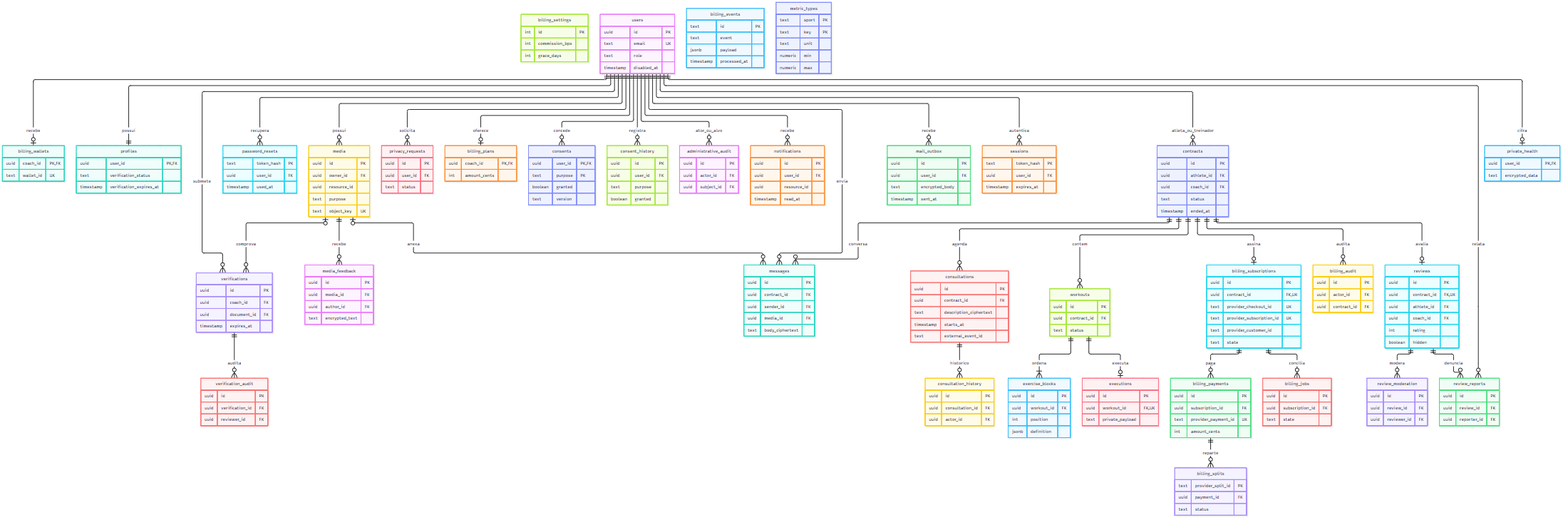
The Mermaid diagram docs/evolucao/diagramas/der.png in DaviSouza78/LinkAtletas, before a commit. Its source is kept beside it as docs/evolucao/diagramas/der.mmd. Its diagram source:
```mermaid
erDiagram
  users ||--|| profiles : possui
  users ||--o{ sessions : autentica
  users ||--o{ password_resets : recupera
  users ||--o{ mail_outbox : recebe
  users ||--o{ verifications : submete
  verifications ||--o{ verification_audit : audita
  media o|--o{ verifications : comprova
  users ||--o{ contracts : atleta_ou_treinador
  contracts ||--o{ workouts : contem
  workouts ||--|{ exercise_blocks : ordena
  workouts ||--o| executions : executa
  users ||--o{ media : possui
  media ||--o{ media_feedback : recebe
  contracts ||--o{ messages : conversa
  users ||--o{ messages : envia
  media o|--o{ messages : anexa
  users ||--o{ notifications : recebe
  contracts ||--o| reviews : avalia
  reviews ||--o{ review_reports : denuncia
  reviews ||--o{ review_moderation : modera
  users ||--o{ review_reports : relata
  contracts ||--o{ consultations : agenda
  consultations ||--o{ consultation_history : historico
  users ||--o{ consents : concede
  users ||--o{ consent_history : registra
  users ||--o| private_health : cifra
  users ||--o{ privacy_requests : solicita
  users ||--o{ administrative_audit : ator_ou_alvo
  users ||--o| billing_wallets : recebe
  users ||--o| billing_plans : oferece
  contracts ||--o| billing_subscriptions : assina
  billing_subscriptions ||--o{ billing_payments : paga
  billing_payments ||--o{ billing_splits : reparte
  billing_subscriptions ||--o{ billing_jobs : concilia
  contracts ||--o{ billing_audit : audita
  users {
    uuid id PK
    text email UK
    text role
    timestamp disabled_at
  }
  profiles {
    uuid user_id PK,FK
    text verification_status
    timestamp verification_expires_at
  }
  sessions {
    text token_hash PK
    uuid user_id FK
    timestamp expires_at
  }
  password_resets {
    text token_hash PK
    uuid user_id FK
    timestamp used_at
  }
  mail_outbox {
    uuid id PK
    uuid user_id FK
    text encrypted_body
    timestamp sent_at
  }
  verifications {
    uuid id PK
    uuid coach_id FK
    uuid document_id FK
    timestamp expires_at
  }
  verification_audit {
    uuid id PK
    uuid verification_id FK
    uuid reviewer_id FK
  }
  contracts {
    uuid id PK
    uuid athlete_id FK
    uuid coach_id FK
    text status
    timestamp ended_at
  }
  workouts {
    uuid id PK
    uuid contract_id FK
    text status
  }
  exercise_blocks {
    uuid id PK
    uuid workout_id FK
    int position
    jsonb definition
  }
  metric_types {
    text sport PK
    text key PK
    text unit
    numeric min
    numeric max
  }
  executions {
    uuid id PK
    uuid workout_id FK,UK
    text private_payload
  }
  media {
    uuid id PK
    uuid owner_id FK
    uuid resource_id
    text purpose
    text object_key UK
  }
  media_feedback {
    uuid id PK
    uuid media_id FK
    uuid author_id FK
    text encrypted_text
  }
  messages {
    uuid id PK
    uuid contract_id FK
    uuid sender_id FK
    uuid media_id FK
    text body_ciphertext
  }
  notifications {
    uuid id PK
    uuid user_id FK
    uuid resource_id
    timestamp read_at
  }
  reviews {
    uuid id PK
    uuid contract_id FK,UK
    uuid athlete_id FK
    uuid coach_id FK
    int rating
    boolean hidden
  }
  review_reports {
    uuid id PK
    uuid review_id FK
    uuid reporter_id FK
  }
  review_moderation {
    uuid id PK
    uuid review_id FK
    uuid reviewer_id FK
  }
  consultations {
    uuid id PK
    uuid contract_id FK
    text description_ciphertext
    timestamp starts_at
    text external_event_id
  }
  consultation_history {
    uuid id PK
    uuid consultation_id FK
    uuid actor_id FK
  }
  consents {
    uuid user_id PK,FK
    text purpose PK
    boolean granted
    text version
  }
  consent_history {
    uuid id PK
    uuid user_id FK
    text purpose
    boolean granted
  }
  private_health {
    uuid user_id PK,FK
    text encrypted_data
  }
  privacy_requests {
    uuid id PK
    uuid user_id FK
    text status
  }
  administrative_audit {
    uuid id PK
    uuid actor_id FK
    uuid subject_id FK
  }
  billing_settings {
    int id PK
    int commission_bps
    int grace_days
  }
  billing_wallets {
    uuid coach_id PK,FK
    text wallet_id UK
  }
  billing_plans {
    uuid coach_id PK,FK
    int amount_cents
  }
  billing_subscriptions {
    uuid id PK
    uuid contract_id FK,UK
    text provider_checkout_id UK
    text provider_subscription_id UK
    text provider_customer_id
    text state
  }
  billing_payments {
    uuid id PK
    uuid subscription_id FK
    text provider_payment_id UK
    int amount_cents
  }
  billing_splits {
    text provider_split_id PK
    uuid payment_id FK
    text status
  }
  billing_events {
    text id PK
    text event
    jsonb payload
    timestamp processed_at
  }
  billing_jobs {
    uuid id PK
    uuid subscription_id FK
    text state
  }
  billing_audit {
    uuid id PK
    uuid actor_id FK
    uuid contract_id FK
  }
```
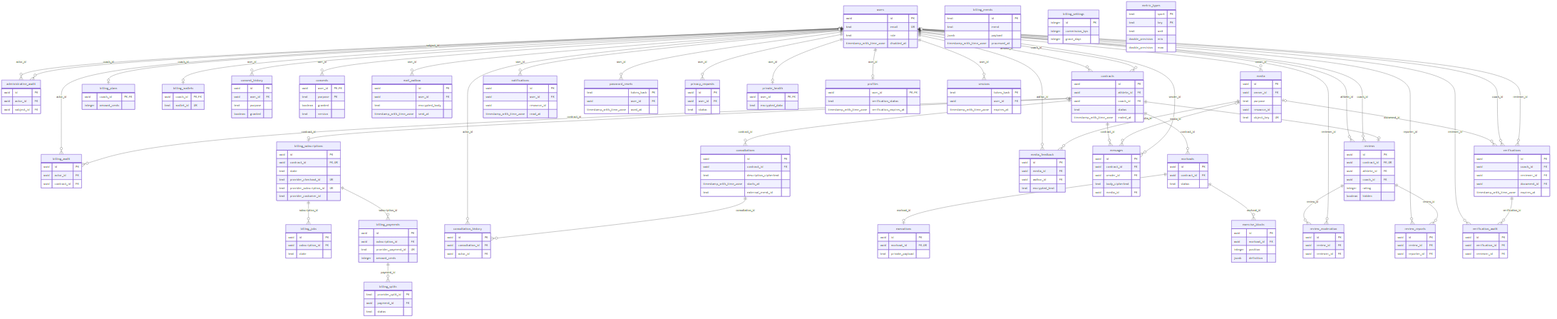
After the change.

The edit, as a diff of the source:
```diff
@@ -1,112 +1,155 @@
 erDiagram
-  users ||--|| profiles : possui
-  users ||--o{ sessions : autentica
-  users ||--o{ password_resets : recupera
-  users ||--o{ mail_outbox : recebe
-  users ||--o{ verifications : submete
-  verifications ||--o{ verification_audit : audita
-  media o|--o{ verifications : comprova
-  users ||--o{ contracts : atleta_ou_treinador
-  contracts ||--o{ workouts : contem
-  workouts ||--|{ exercise_blocks : ordena
-  workouts ||--o| executions : executa
-  users ||--o{ media : possui
-  media ||--o{ media_feedback : recebe
-  contracts ||--o{ messages : conversa
-  users ||--o{ messages : envia
-  media o|--o{ messages : anexa
-  users ||--o{ notifications : recebe
-  contracts ||--o| reviews : avalia
-  reviews ||--o{ review_reports : denuncia
-  reviews ||--o{ review_moderation : modera
-  users ||--o{ review_reports : relata
-  contracts ||--o{ consultations : agenda
-  consultations ||--o{ consultation_history : historico
-  users ||--o{ consents : concede
-  users ||--o{ consent_history : registra
-  users ||--o| private_health : cifra
-  users ||--o{ privacy_requests : solicita
-  users ||--o{ administrative_audit : ator_ou_alvo
-  users ||--o| billing_wallets : recebe
-  users ||--o| billing_plans : oferece
-  contracts ||--o| billing_subscriptions : assina
-  billing_subscriptions ||--o{ billing_payments : paga
-  billing_payments ||--o{ billing_splits : reparte
-  billing_subscriptions ||--o{ billing_jobs : concilia
-  contracts ||--o{ billing_audit : audita
-  users {
+  users o|--o{ administrative_audit : actor_id
+  users o|--o{ administrative_audit : subject_id
+  users o|--o{ billing_audit : actor_id
+  contracts o|--o{ billing_audit : contract_id
+  billing_subscriptions ||--o{ billing_jobs : subscription_id
+  billing_subscriptions ||--o{ billing_payments : subscription_id
+  users ||--o| billing_plans : coach_id
+  billing_payments ||--o{ billing_splits : payment_id
+  contracts ||--o| billing_subscriptions : contract_id
+  users ||--o| billing_wallets : coach_id
+  users o|--o{ consent_history : user_id
+  users ||--o{ consents : user_id
+  users ||--o{ consultation_history : actor_id
+  consultations ||--o{ consultation_history : consultation_id
+  contracts ||--o{ consultations : contract_id
+  users ||--o{ contracts : athlete_id
+  users ||--o{ contracts : coach_id
+  workouts ||--o| executions : workout_id
+  workouts ||--o{ exercise_blocks : workout_id
+  users o|--o{ mail_outbox : user_id
+  users ||--o{ media : owner_id
+  users ||--o{ media_feedback : author_id
+  media ||--o{ media_feedback : media_id
+  contracts ||--o{ messages : contract_id
+  media o|--o{ messages : media_id
+  users ||--o{ messages : sender_id
+  users ||--o{ notifications : user_id
+  users ||--o{ password_resets : user_id
+  users ||--o{ privacy_requests : user_id
+  users ||--o| private_health : user_id
+  users ||--o| profiles : user_id
+  reviews ||--o{ review_moderation : review_id
+  users ||--o{ review_moderation : reviewer_id
+  users ||--o{ review_reports : reporter_id
+  reviews ||--o{ review_reports : review_id
+  users ||--o{ reviews : athlete_id
+  users ||--o{ reviews : coach_id
+  contracts ||--o| reviews : contract_id
+  users ||--o{ sessions : user_id
+  users ||--o{ verification_audit : reviewer_id
+  verifications ||--o{ verification_audit : verification_id
+  media o|--o{ verifications : document_id
+  users ||--o{ verifications : coach_id
+  users o|--o{ verifications : reviewer_id
+  contracts ||--o{ workouts : contract_id
+  administrative_audit {
     uuid id PK
-    text email UK
-    text role
-    timestamp disabled_at
+    uuid actor_id FK
+    uuid subject_id FK
   }
-  profiles {
-    uuid user_id PK,FK
-    text verification_status
-    timestamp verification_expires_at
+  billing_audit {
+    uuid id PK
+    uuid actor_id FK
+    uuid contract_id FK
   }
-  sessions {
-    text token_hash PK
-    uuid user_id FK
-    timestamp expires_at
+  billing_events {
+    text id PK
+    text event
+    jsonb payload
+    timestamp_with_time_zone processed_at
   }
-  password_resets {
-    text token_hash PK
-    uuid user_id FK
-    timestamp used_at
+  billing_jobs {
+    uuid id PK
+    uuid subscription_id FK
+    text state
   }
-  mail_outbox {
+  billing_payments {
+    uuid id PK
+    uuid subscription_id FK
+    text provider_payment_id UK
+    integer amount_cents
+  }
+  billing_plans {
+    uuid coach_id PK,FK
+    integer amount_cents
+  }
+  billing_settings {
+    integer id PK
+    integer commission_bps
+    integer grace_days
+  }
+  billing_splits {
+    text provider_split_id PK
+    uuid payment_id FK
+    text status
+  }
+  billing_subscriptions {
+    uuid id PK
+    uuid contract_id FK,UK
+    text state
+    text provider_checkout_id UK
+    text provider_subscription_id UK
+    text provider_customer_id
+  }
+  billing_wallets {
+    uuid coach_id PK,FK
+    text wallet_id UK
+  }
+  consent_history {
     uuid id PK
     uuid user_id FK
-    text encrypted_body
-    timestamp sent_at
+    text purpose
+    boolean granted
   }
-  verifications {
+  consents {
+    uuid user_id PK,FK
+    text purpose PK
+    boolean granted
+    text version
+  }
+  consultation_history {
     uuid id PK
-    uuid coach_id FK
-    uuid document_id FK
-    timestamp expires_at
+    uuid consultation_id FK
+    uuid actor_id FK
   }
-  verification_audit {
+  consultations {
     uuid id PK
-    uuid verification_id FK
-    uuid reviewer_id FK
+    uuid contract_id FK
+    text description_ciphertext
+    timestamp_with_time_zone starts_at
+    text external_event_id
   }
   contracts {
     uuid id PK
     uuid athlete_id FK
     uuid coach_id FK
     text status
-    timestamp ended_at
-  }
-  workouts {
-    uuid id PK
-    uuid contract_id FK
-    text status
-  }
-  exercise_blocks {
-    uuid id PK
-    uuid workout_id FK
-    int position
-    jsonb definition
-  }
-  metric_types {
-    text sport PK
-    text key PK
-    text unit
-    numeric min
-    numeric max
+    timestamp_with_time_zone ended_at
   }
   executions {
     uuid id PK
     uuid workout_id FK,UK
     text private_payload
   }
+  exercise_blocks {
+    uuid id PK
+    uuid workout_id FK
+    integer position
+    jsonb definition
+  }
+  mail_outbox {
+    uuid id PK
+    uuid user_id FK
+    text encrypted_body
+    timestamp_with_time_zone sent_at
+  }
   media {
     uuid id PK
     uuid owner_id FK
+    text purpose
     uuid resource_id
-    text purpose
     text object_key UK
   }
   media_feedback {
@@ -119,116 +162,84 @@
     uuid id PK
     uuid contract_id FK
     uuid sender_id FK
+    text body_ciphertext
     uuid media_id FK
-    text body_ciphertext
+  }
+  metric_types {
+    text sport PK
+    text key PK
+    text unit
+    double_precision min
+    double_precision max
   }
   notifications {
     uuid id PK
     uuid user_id FK
     uuid resource_id
-    timestamp read_at
+    timestamp_with_time_zone read_at
+  }
+  password_resets {
+    text token_hash PK
+    uuid user_id FK
+    timestamp_with_time_zone used_at
+  }
+  privacy_requests {
+    uuid id PK
+    uuid user_id FK
+    text status
+  }
+  private_health {
+    uuid user_id PK,FK
+    text encrypted_data
+  }
+  profiles {
+    uuid user_id PK,FK
+    text verification_status
+    timestamp_with_time_zone verification_expires_at
+  }
+  review_moderation {
+    uuid id PK
+    uuid review_id FK
+    uuid reviewer_id FK
+  }
+  review_reports {
+    uuid id PK
+    uuid review_id FK
+    uuid reporter_id FK
   }
   reviews {
     uuid id PK
     uuid contract_id FK,UK
     uuid athlete_id FK
     uuid coach_id FK
-    int rating
+    integer rating
     boolean hidden
   }
-  review_reports {
+  sessions {
+    text token_hash PK
+    uuid user_id FK
+    timestamp_with_time_zone expires_at
+  }
+  users {
     uuid id PK
-    uuid review_id FK
-    uuid reporter_id FK
+    text email UK
+    text role
+    timestamp_with_time_zone disabled_at
   }
-  review_moderation {
+  verification_audit {
     uuid id PK
-    uuid review_id FK
+    uuid verification_id FK
     uuid reviewer_id FK
   }
-  consultations {
+  verifications {
+    uuid id PK
+    uuid coach_id FK
+    uuid reviewer_id FK
+    uuid document_id FK
+    timestamp_with_time_zone expires_at
+  }
+  workouts {
     uuid id PK
     uuid contract_id FK
-    text description_ciphertext
-    timestamp starts_at
-    text external_event_id
-  }
-  consultation_history {
-    uuid id PK
-    uuid consultation_id FK
-    uuid actor_id FK
-  }
-  consents {
-    uuid user_id PK,FK
-    text purpose PK
-    boolean granted
-    text version
-  }
-  consent_history {
-    uuid id PK
-    uuid user_id FK
-    text purpose
-    boolean granted
-  }
-  private_health {
-    uuid user_id PK,FK
-    text encrypted_data
-  }
-  privacy_requests {
-    uuid id PK
-    uuid user_id FK
     text status
   }
-  administrative_audit {
-    uuid id PK
-    uuid actor_id FK
-    uuid subject_id FK
-  }
-  billing_settings {
-    int id PK
-    int commission_bps
-    int grace_days
-  }
-  billing_wallets {
-    uuid coach_id PK,FK
-    text wallet_id UK
-  }
-  billing_plans {
-    uuid coach_id PK,FK
-    int amount_cents
-  }
-  billing_subscriptions {
-    uuid id PK
-    uuid contract_id FK,UK
-    text provider_checkout_id UK
-    text provider_subscription_id UK
-    text provider_customer_id
-    text state
-  }
-  billing_payments {
-    uuid id PK
-    uuid subscription_id FK
-    text provider_payment_id UK
-    int amount_cents
-  }
-  billing_splits {
-    text provider_split_id PK
-    uuid payment_id FK
-    text status
-  }
-  billing_events {
-    text id PK
-    text event
-    jsonb payload
-    timestamp processed_at
-  }
-  billing_jobs {
-    uuid id PK
-    uuid subscription_id FK
-    text state
-  }
-  billing_audit {
-    uuid id PK
-    uuid actor_id FK
-    uuid contract_id FK
-  }
```
